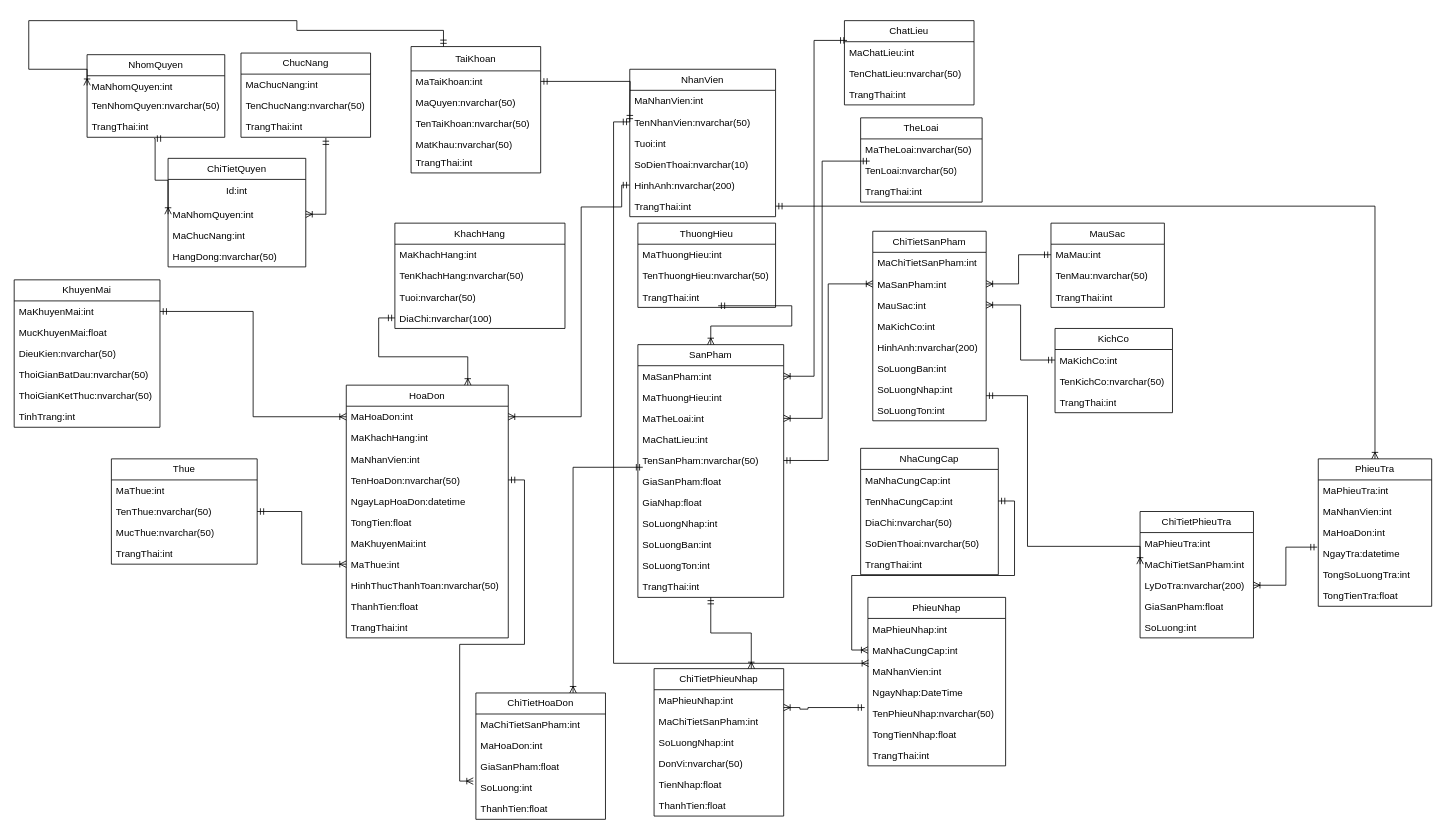
Earlier version of the draw.io diagram Biểu đồ không có tiêu đề (1).drawio (maivantai2003/SportStoreManager). Source tidied: cells renumbered, new cells numbered last; positions are measured from the earlier drawing's top-left corner, leaving out a move shared by most shapes. Both pictures are drawn from the tidied source at 81%, with x=0, y=0 at pixel (14, 20).
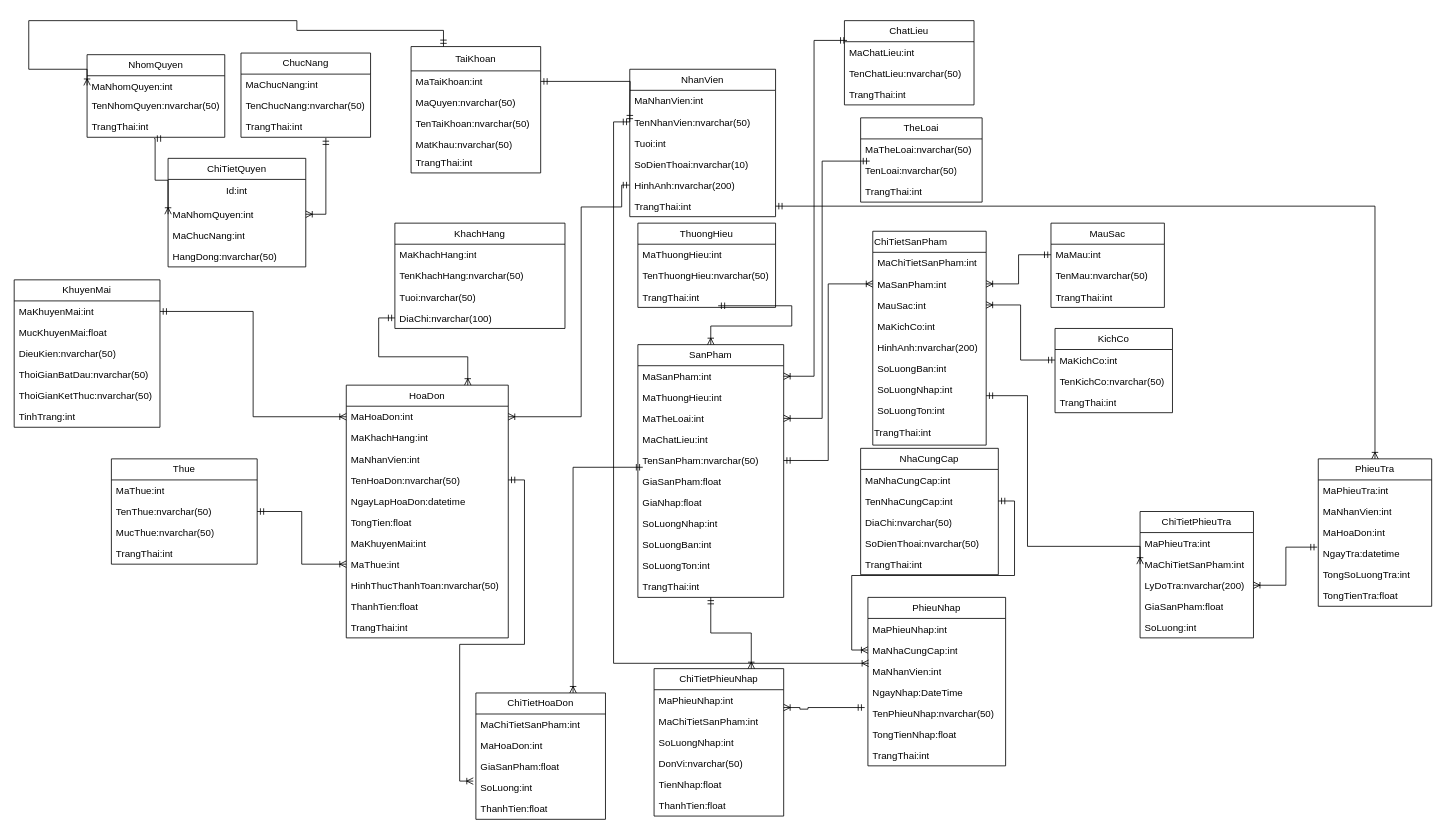
Above is the later version.

Commit message:
Cập nhật Biểu đồ không có tiêu đề (1).drawio

Diff of the diagram source:
```diff
@@
-    <mxCell id="128" value="ChiTietSanPham" style="swimlane;fontStyle=0;horizontal=1;startSize=26;fillColor=none;whiteSpace=wrap;html=1;" parent="1" vertex="1">
-      <mxGeometry x="1060" y="260" width="140" height="234" as="geometry" />
+    <mxCell id="128" value="ChiTietSanPham" style="swimlane;fontStyle=0;horizontal=1;startSize=26;fillColor=none;whiteSpace=wrap;html=1;align=left;" parent="1" vertex="1">
+      <mxGeometry x="1060" y="260" width="140" height="264" as="geometry" />
     </mxCell>
@@
+    <mxCell id="161" value="TrangThai:int" style="text;html=1;strokeColor=none;fillColor=none;align=left;verticalAlign=middle;whiteSpace=wrap;rounded=0;" parent="128" vertex="1">
+      <mxGeometry y="234" width="140" height="30" as="geometry" />
+    </mxCell>
```
